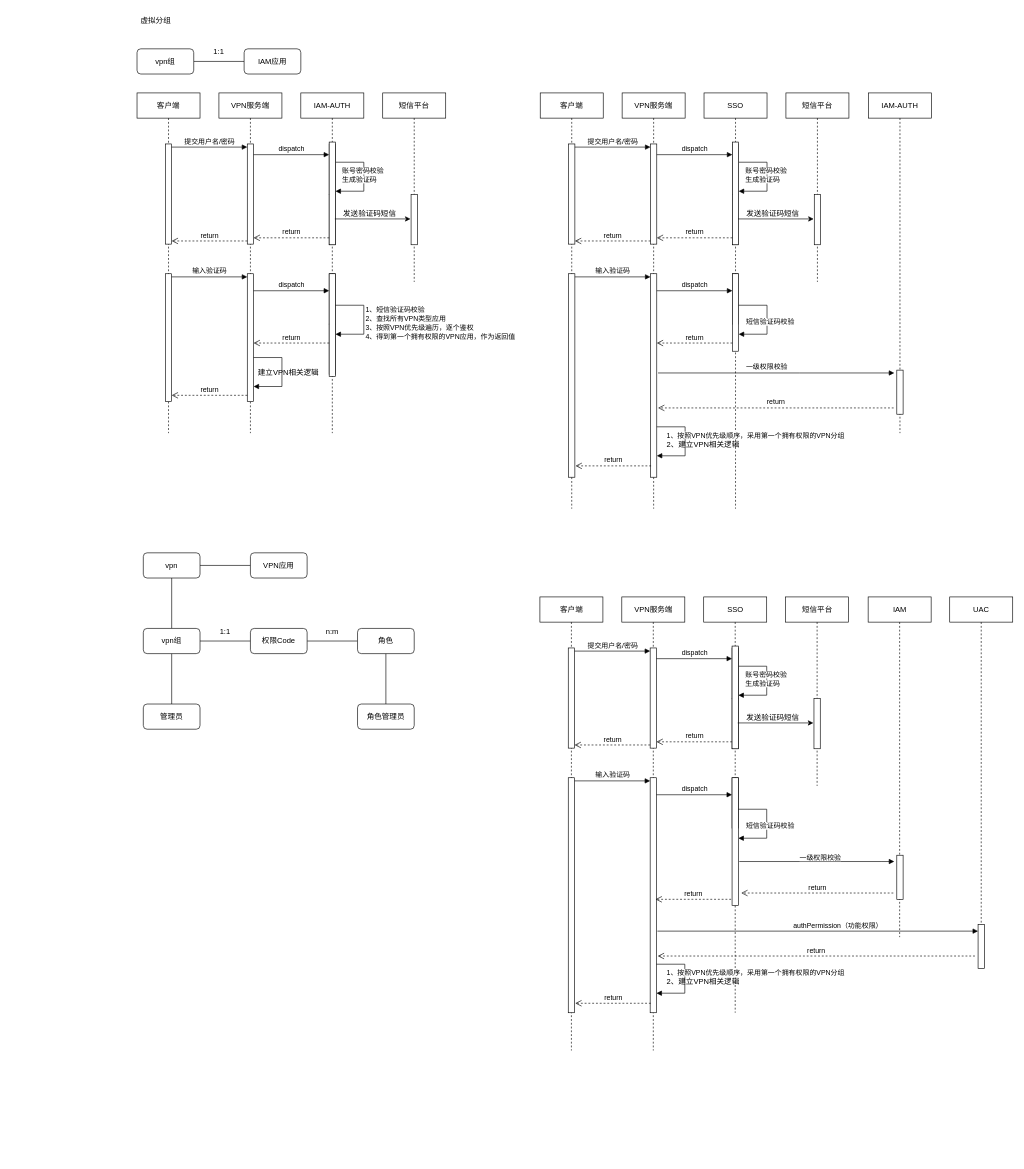
The draw.io diagram VPN.drawio in yamilinqh/spicedb, before the edit. Source tidied: cells renumbered, new cells numbered last; positions are measured from the earlier drawing's top-left corner, leaving out a move shared by most shapes. Both pictures are drawn from the tidied source at 63%, with x=0, y=0 at pixel (137, 11).
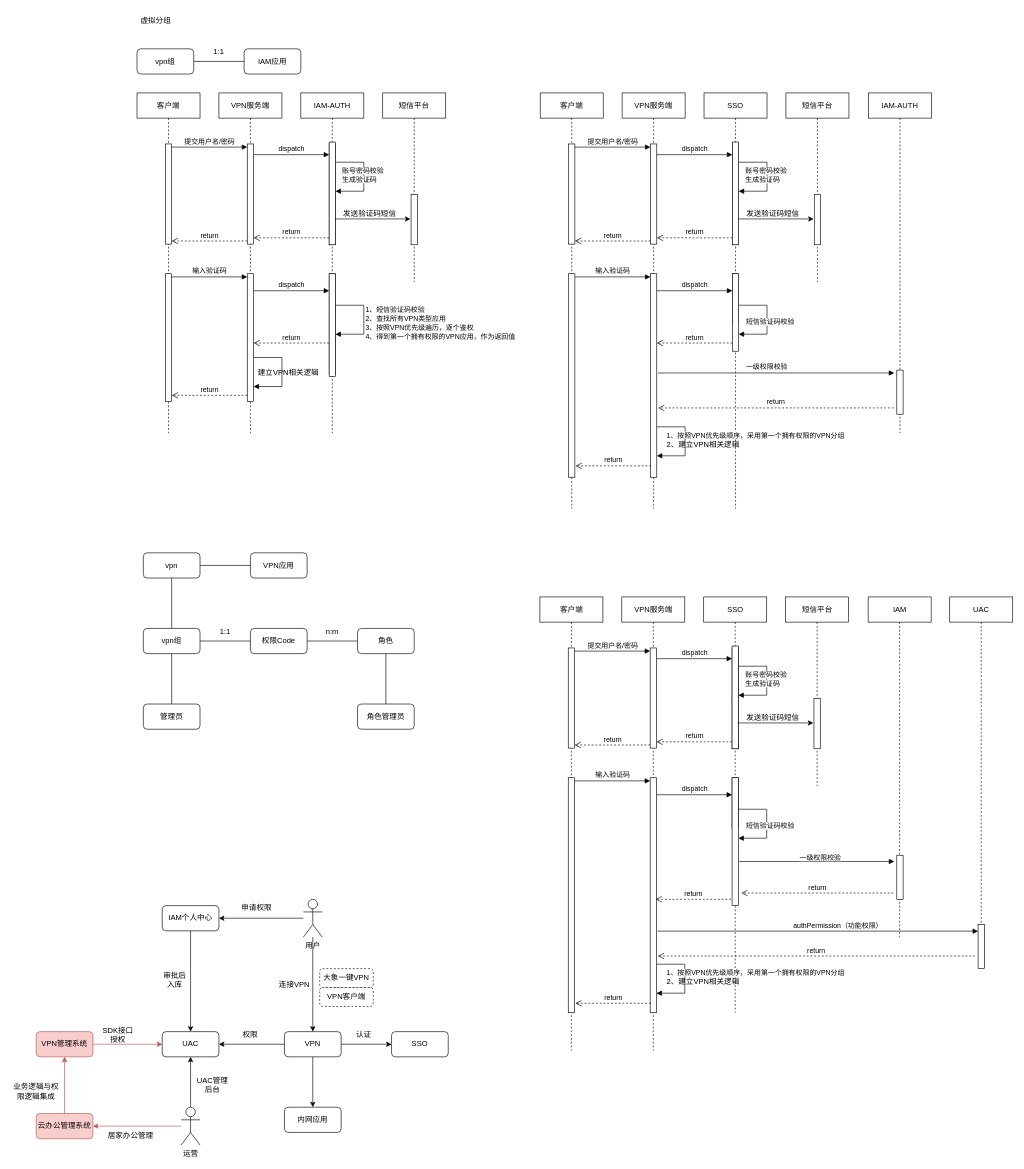
The same diagram, later.

Change to the diagram source:
```diff
@@
+    <mxCell id="128" style="edgeStyle=orthogonalEdgeStyle;rounded=0;jettySize=auto;html=1;fillColor=#f8cecc;strokeColor=#b85450;" parent="1" edge="1" source="129" target="130">
+      <mxGeometry relative="1" as="geometry" />
+    </mxCell>
+    <mxCell id="129" value="VPN管理系统" style="rounded=1;whiteSpace=wrap;html=1;fillColor=#f8cecc;strokeColor=#b85450;" parent="1" vertex="1">
+      <mxGeometry x="-160" y="1620" width="90" height="40" as="geometry" />
+    </mxCell>
+    <mxCell id="130" value="UAC" style="rounded=1;whiteSpace=wrap;html=1;" parent="1" vertex="1">
+      <mxGeometry x="40" y="1620" width="90" height="40" as="geometry" />
+    </mxCell>
+    <mxCell id="131" style="edgeStyle=orthogonalEdgeStyle;rounded=0;jettySize=auto;html=1;" parent="1" edge="1" source="134" target="130">
+      <mxGeometry relative="1" as="geometry" />
+    </mxCell>
+    <mxCell id="132" style="edgeStyle=orthogonalEdgeStyle;rounded=0;jettySize=auto;html=1;" parent="1" edge="1" source="134" target="135">
+      <mxGeometry relative="1" as="geometry" />
+    </mxCell>
+    <mxCell id="133" style="edgeStyle=orthogonalEdgeStyle;rounded=0;jettySize=auto;html=1;" parent="1" edge="1" source="134" target="142">
+      <mxGeometry relative="1" as="geometry" />
+    </mxCell>
+    <mxCell id="134" value="VPN" style="rounded=1;whiteSpace=wrap;html=1;" parent="1" vertex="1">
+      <mxGeometry x="234" y="1620" width="90" height="40" as="geometry" />
+    </mxCell>
+    <mxCell id="135" value="内网应用" style="rounded=1;whiteSpace=wrap;html=1;" parent="1" vertex="1">
+      <mxGeometry x="234" y="1740" width="90" height="40" as="geometry" />
+    </mxCell>
+    <mxCell id="136" style="edgeStyle=orthogonalEdgeStyle;rounded=0;jettySize=auto;html=1;" parent="1" edge="1" source="138" target="134">
+      <mxGeometry relative="1" as="geometry" />
+    </mxCell>
+    <mxCell id="137" style="edgeStyle=orthogonalEdgeStyle;rounded=0;jettySize=auto;html=1;" parent="1" edge="1" source="138" target="146">
+      <mxGeometry relative="1" as="geometry" />
+    </mxCell>
+    <mxCell id="138" value="用户" style="shape=umlActor;verticalLabelPosition=bottom;verticalAlign=top;html=1;outlineConnect=0;" parent="1" vertex="1">
+      <mxGeometry x="264" y="1410" width="30" height="60" as="geometry" />
+    </mxCell>
+    <mxCell id="139" value="大象一键VPN" style="rounded=1;whiteSpace=wrap;html=1;dashed=1;" parent="1" vertex="1">
+      <mxGeometry x="290" y="1520" width="85" height="30" as="geometry" />
+    </mxCell>
+    <mxCell id="140" value="VPN客户端" style="rounded=1;whiteSpace=wrap;html=1;dashed=1;" parent="1" vertex="1">
+      <mxGeometry x="290" y="1550" width="85" height="30" as="geometry" />
+    </mxCell>
+    <mxCell id="141" value="连接VPN" style="text;html=1;align=center;verticalAlign=middle;whiteSpace=wrap;rounded=0;" parent="1" vertex="1">
+      <mxGeometry x="220" y="1530" width="60" height="30" as="geometry" />
+    </mxCell>
+    <mxCell id="142" value="SSO" style="rounded=1;whiteSpace=wrap;html=1;" parent="1" vertex="1">
+      <mxGeometry x="404" y="1620" width="90" height="40" as="geometry" />
+    </mxCell>
+    <mxCell id="143" value="权限" style="text;html=1;align=center;verticalAlign=middle;whiteSpace=wrap;rounded=0;" parent="1" vertex="1">
+      <mxGeometry x="150" y="1610" width="60" height="30" as="geometry" />
+    </mxCell>
+    <mxCell id="144" value="认证" style="text;html=1;align=center;verticalAlign=middle;whiteSpace=wrap;rounded=0;" parent="1" vertex="1">
+      <mxGeometry x="330" y="1610" width="60" height="30" as="geometry" />
+    </mxCell>
+    <mxCell id="145" style="edgeStyle=orthogonalEdgeStyle;rounded=0;jettySize=auto;html=1;" parent="1" edge="1" source="146" target="130">
+      <mxGeometry relative="1" as="geometry" />
+    </mxCell>
+    <mxCell id="146" value="IAM个人中心" style="rounded=1;whiteSpace=wrap;html=1;" parent="1" vertex="1">
+      <mxGeometry x="40" y="1420" width="90" height="40" as="geometry" />
+    </mxCell>
+    <mxCell id="147" value="申请权限" style="text;html=1;align=center;verticalAlign=middle;whiteSpace=wrap;rounded=0;" parent="1" vertex="1">
+      <mxGeometry x="160" y="1408" width="60" height="30" as="geometry" />
+    </mxCell>
+    <mxCell id="148" value="审批后&lt;br&gt;入库" style="text;html=1;align=center;verticalAlign=middle;whiteSpace=wrap;rounded=0;" parent="1" vertex="1">
+      <mxGeometry x="30" y="1523" width="60" height="30" as="geometry" />
+    </mxCell>
+    <mxCell id="149" value="SDK接口&lt;br&gt;授权" style="text;html=1;align=center;verticalAlign=middle;whiteSpace=wrap;rounded=0;" parent="1" vertex="1">
+      <mxGeometry x="-60" y="1610" width="60" height="30" as="geometry" />
+    </mxCell>
+    <mxCell id="150" style="edgeStyle=orthogonalEdgeStyle;rounded=0;jettySize=auto;html=1;" parent="1" edge="1" source="152" target="130">
+      <mxGeometry relative="1" as="geometry" />
+    </mxCell>
+    <mxCell id="151" style="edgeStyle=orthogonalEdgeStyle;rounded=0;jettySize=auto;html=1;fillColor=#f8cecc;strokeColor=#b85450;" parent="1" edge="1" source="152" target="154">
+      <mxGeometry relative="1" as="geometry" />
+    </mxCell>
+    <mxCell id="152" value="运营" style="shape=umlActor;verticalLabelPosition=bottom;verticalAlign=top;html=1;outlineConnect=0;" parent="1" vertex="1">
+      <mxGeometry x="70" y="1740" width="30" height="60" as="geometry" />
+    </mxCell>
+    <mxCell id="153" style="edgeStyle=orthogonalEdgeStyle;rounded=0;jettySize=auto;html=1;fillColor=#f8cecc;strokeColor=#b85450;" parent="1" edge="1" source="154" target="129">
+      <mxGeometry relative="1" as="geometry" />
+    </mxCell>
+    <mxCell id="154" value="云办公管理系统" style="rounded=1;whiteSpace=wrap;html=1;fillColor=#f8cecc;strokeColor=#b85450;" parent="1" vertex="1">
+      <mxGeometry x="-160" y="1750" width="90" height="40" as="geometry" />
+    </mxCell>
+    <mxCell id="155" value="业务逻辑与权限逻辑集成" style="text;html=1;align=center;verticalAlign=middle;whiteSpace=wrap;rounded=0;" parent="1" vertex="1">
+      <mxGeometry x="-200" y="1700" width="80" height="30" as="geometry" />
+    </mxCell>
+    <mxCell id="156" value="UAC管理后台" style="text;html=1;align=center;verticalAlign=middle;whiteSpace=wrap;rounded=0;" parent="1" vertex="1">
+      <mxGeometry x="90" y="1690" width="60" height="30" as="geometry" />
+    </mxCell>
+    <mxCell id="157" value="居家办公管理" style="text;html=1;align=center;verticalAlign=middle;whiteSpace=wrap;rounded=0;" parent="1" vertex="1">
+      <mxGeometry x="-50" y="1770" width="80" height="30" as="geometry" />
+    </mxCell>
```
